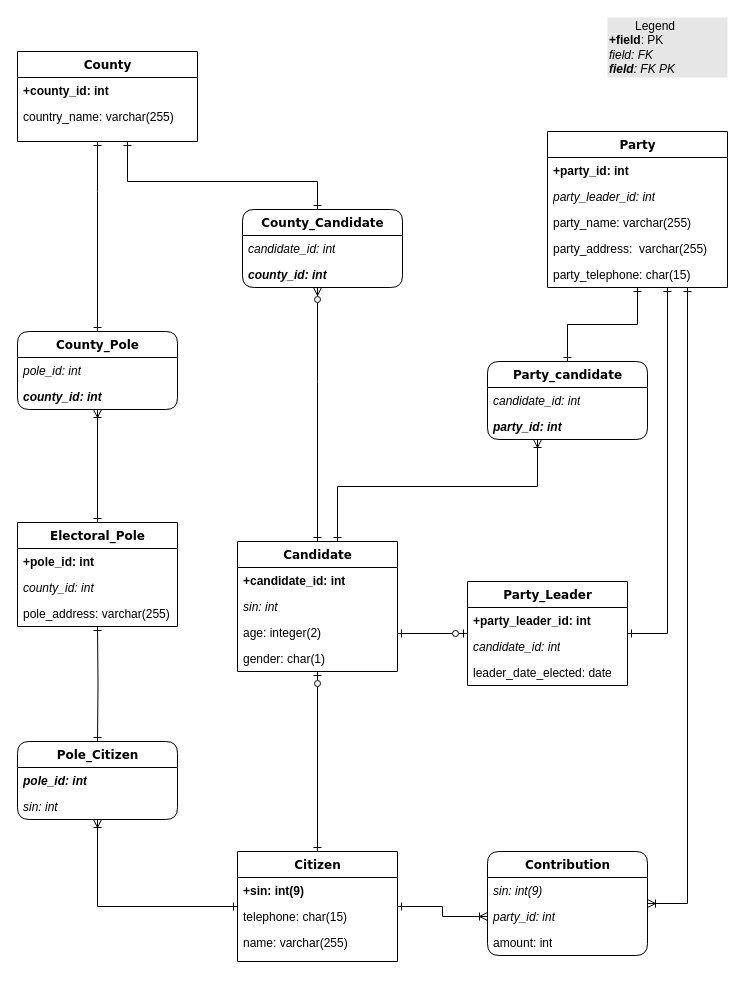
Above: page "bk_physical" (2 of 5) of assignment/assignment_1.drawio in kdeoliveira/comp353 (draw.io), before the change. Source tidied: cells renumbered, new cells numbered last; positions are measured from the earlier drawing's top-left corner, leaving out a move shared by most shapes. Both pictures are drawn from the tidied source at 100%, with x=0, y=0 at pixel (17, 17).
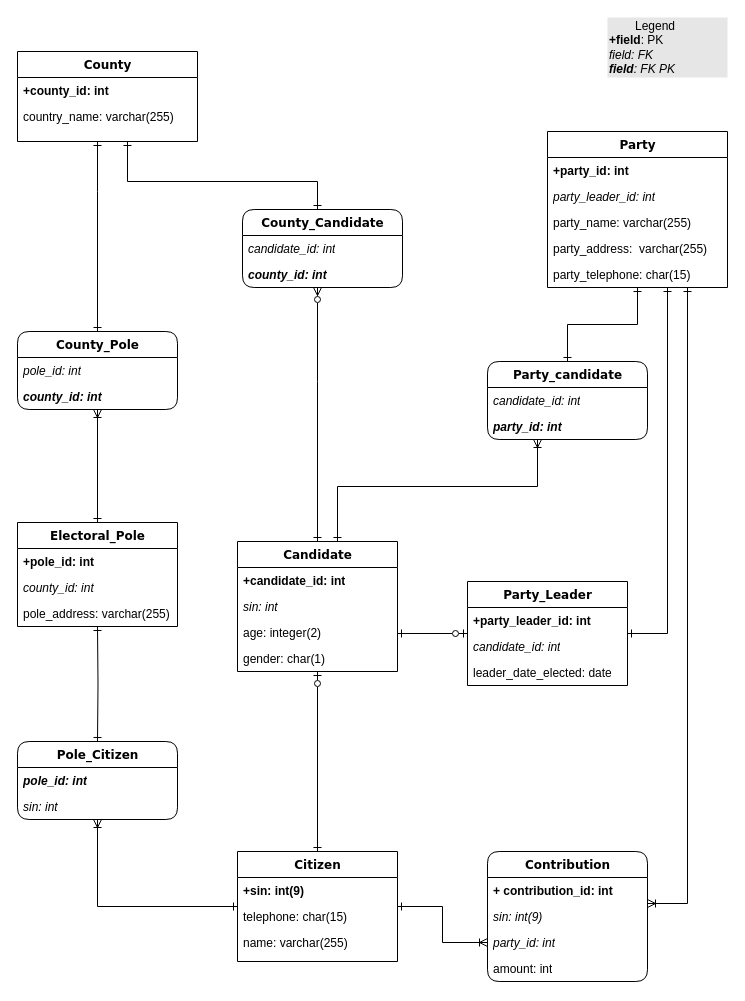
The same diagram, later.

Change to the diagram source:
```diff
@@
     <mxCell id="50" value="Contribution" style="swimlane;html=1;fontStyle=1;align=center;verticalAlign=top;horizontal=1;startSize=26;swimlaneFillColor=#ffffff;rounded=1;shadow=0;comic=0;labelBackgroundColor=none;strokeWidth=1;fillColor=none;fontFamily=Verdana;fontSize=12;" parent="1" vertex="1">
-      <mxGeometry x="470" y="834" width="160" height="104" as="geometry" />
+      <mxGeometry x="470" y="834" width="160" height="130" as="geometry" />
     </mxCell>
+    <mxCell id="58" value="&lt;span&gt;+ contribution_id: int&lt;/span&gt;" style="text;html=1;strokeColor=none;fillColor=none;align=left;verticalAlign=top;spacingLeft=4;spacingRight=4;whiteSpace=wrap;overflow=hidden;fontStyle=1;" parent="50" vertex="1">
+      <mxGeometry y="26" width="160" height="26" as="geometry" />
+    </mxCell>
     <mxCell id="51" value="&lt;i&gt;sin: int(9)&lt;/i&gt;" style="text;html=1;strokeColor=none;fillColor=none;align=left;verticalAlign=top;spacingLeft=4;spacingRight=4;whiteSpace=wrap;overflow=hidden;fontStyle=0;" parent="50" vertex="1">
-      <mxGeometry y="26" width="160" height="26" as="geometry" />
+      <mxGeometry y="52" width="160" height="26" as="geometry" />
     </mxCell>
     <mxCell id="52" value="party_id: int" style="text;html=1;strokeColor=none;fillColor=none;align=left;verticalAlign=top;spacingLeft=4;spacingRight=4;whiteSpace=wrap;overflow=hidden;points=[[0,0.5],[1,0.5]];portConstraint=eastwest;fontStyle=2;" parent="50" vertex="1">
-      <mxGeometry y="52" width="160" height="26" as="geometry" />
+      <mxGeometry y="78" width="160" height="26" as="geometry" />
     </mxCell>
     <mxCell id="53" value="amount: int" style="text;html=1;strokeColor=none;fillColor=none;align=left;verticalAlign=top;spacingLeft=4;spacingRight=4;whiteSpace=wrap;overflow=hidden;" parent="50" vertex="1">
-      <mxGeometry y="78" width="160" height="26" as="geometry" />
+      <mxGeometry y="104" width="160" height="26" as="geometry" />
     </mxCell>
```
